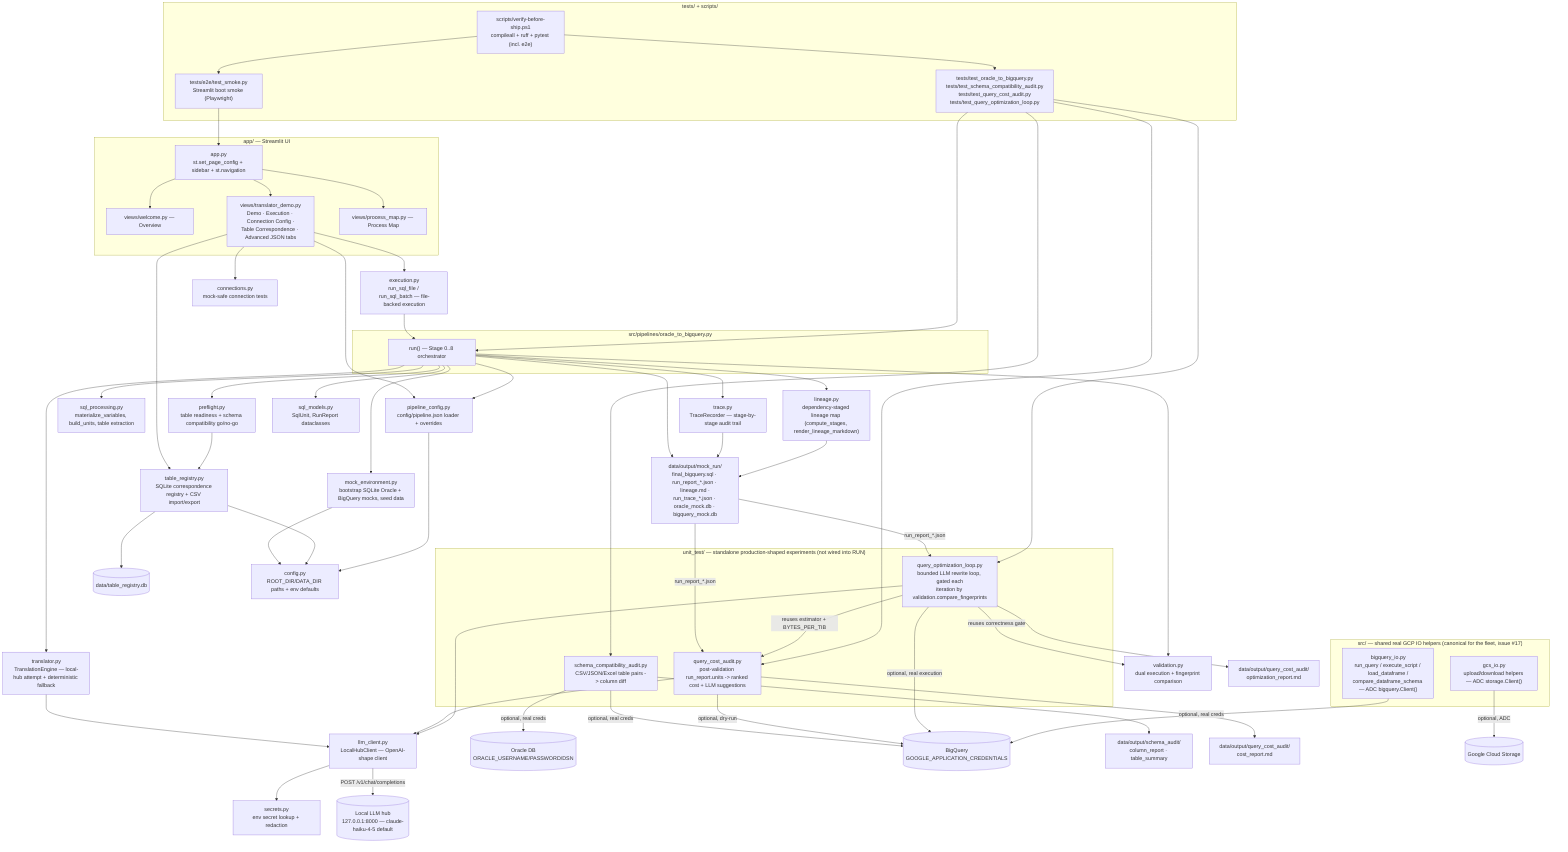
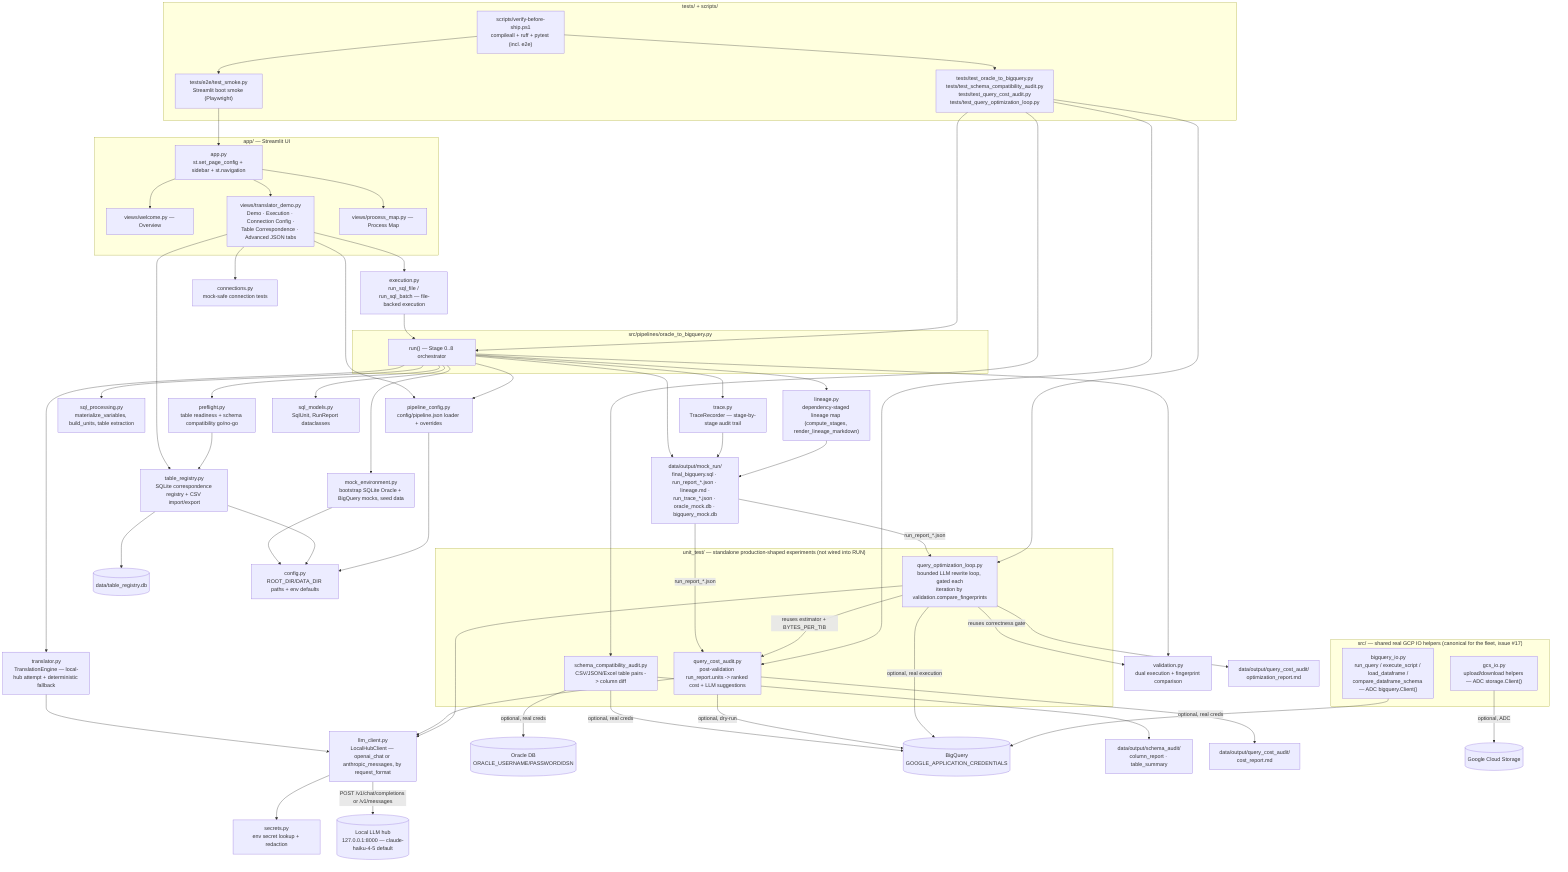
%% docs/architecture.mmd — oracle-to-gcp's own internal structure.
%% Hand-authored, not generated — this is the per-repo companion diagram to the
%% fleet-wide convention established in ferraroroberto/fleet-config#256. There is
%% no structured source to crawl for a repo's own internal shape, so it is
%% authored once and kept correct by discipline. Update this diagram in the
%% same PR as any material structural change (a new pipeline stage, a moved
%% module, a new external dependency) — same anti-staleness contract as this
%% repo's own `.fleet.toml` `description` field. See this repo's CLAUDE.md
%% "Internal architecture" section for the pointer.

flowchart TB
  subgraph ui["app/ — Streamlit UI"]
    APP["app.py\nst.set_page_config + sidebar + st.navigation"]
    WELCOME["views/welcome.py — Overview"]
    DEMO["views/translator_demo.py\nDemo · Execution · Connection Config ·\nTable Correspondence · Advanced JSON tabs"]
    PMAP["views/process_map.py — Process Map"]
  end
  APP --> WELCOME
  APP --> DEMO
  APP --> PMAP

  EXEC["execution.py\nrun_sql_file / run_sql_batch — file-backed execution"]
  CONN["connections.py\nmock-safe connection tests"]
  TABLEREG["table_registry.py\nSQLite correspondence registry + CSV import/export"]
  PIPECFG["pipeline_config.py\nconfig/pipeline.json loader + overrides"]
  DEMO --> EXEC
  DEMO --> CONN
  DEMO --> TABLEREG
  DEMO --> PIPECFG

  subgraph pipeline["src/pipelines/oracle_to_bigquery.py"]
    RUN["run() — Stage 0..8 orchestrator"]
  end
  EXEC --> RUN

  MOCKENV["mock_environment.py\nbootstrap SQLite Oracle + BigQuery mocks, seed data"]
  SQLPROC["sql_processing.py\nmaterialize_variables, build_units, table extraction"]
  PREFLIGHT["preflight.py\ntable readiness + schema compatibility go/no-go"]
  TRANSLATE["translator.py\nTranslationEngine — local-hub attempt + deterministic fallback"]
  VALIDATE["validation.py\ndual execution + fingerprint comparison"]
  TRACE["trace.py\nTraceRecorder — stage-by-stage audit trail"]
  MODELS["sql_models.py\nSqlUnit, RunReport dataclasses"]
  LINEAGE["lineage.py\ndependency-staged lineage map (compute_stages, render_lineage_markdown)"]

  RUN --> MOCKENV
  RUN --> SQLPROC
  RUN --> PREFLIGHT
  RUN --> TRANSLATE
  RUN --> VALIDATE
  RUN --> TRACE
  RUN --> MODELS
  RUN --> LINEAGE
  RUN --> PIPECFG

  PREFLIGHT --> TABLEREG
  TABLEREG --> REGDB[("data/table_registry.db")]

-   LLMCLIENT["llm_client.py\nLocalHubClient — OpenAI-shape client"]
+   LLMCLIENT["llm_client.py\nLocalHubClient — openai_chat or anthropic_messages, by request_format"]
  SECRETS["secrets.py\nenv secret lookup + redaction"]
  TRANSLATE --> LLMCLIENT
  LLMCLIENT --> SECRETS
-   LLMCLIENT -->|"POST /v1/chat/completions"| HUB[("Local LLM hub\n127.0.0.1:8000 — claude-haiku-4-5 default")]
+   LLMCLIENT -->|"POST /v1/chat/completions or /v1/messages"| HUB[("Local LLM hub\n127.0.0.1:8000 — claude-haiku-4-5 default")]

  CONFIGPY["config.py\nROOT_DIR/DATA_DIR paths + env defaults"]
  MOCKENV --> CONFIGPY
  TABLEREG --> CONFIGPY
  PIPECFG --> CONFIGPY

  ARTIFACTS["data/output/mock_run/\nfinal_bigquery.sql · run_report_*.json · lineage.md ·\nrun_trace_*.json · oracle_mock.db · bigquery_mock.db"]
  RUN --> ARTIFACTS
  TRACE --> ARTIFACTS
  LINEAGE --> ARTIFACTS

  subgraph standalone["unit_test/ — standalone production-shaped experiments (not wired into RUN)"]
    AUDIT["schema_compatibility_audit.py\nCSV/JSON/Excel table pairs -> column diff"]
    COSTAUDIT["query_cost_audit.py\npost-validation run_report.units -> ranked cost + LLM suggestions"]
    OPTLOOP["query_optimization_loop.py\nbounded LLM rewrite loop, gated each\niteration by validation.compare_fingerprints"]
  end
  AUDIT -->|optional, real creds| ORACLEDB[("Oracle DB\nORACLE_USERNAME/PASSWORD/DSN")]
  AUDIT -->|optional, real creds| BQPROD[("BigQuery\nGOOGLE_APPLICATION_CREDENTIALS")]
  AUDIT --> AUDITOUT["data/output/schema_audit/\ncolumn_report · table_summary"]
  ARTIFACTS -->|run_report_*.json| COSTAUDIT
  COSTAUDIT -->|optional, dry-run| BQPROD
  COSTAUDIT --> LLMCLIENT
  COSTAUDIT --> COSTOUT["data/output/query_cost_audit/\ncost_report.md"]
  ARTIFACTS -->|run_report_*.json| OPTLOOP
  OPTLOOP -->|reuses estimator + BYTES_PER_TIB| COSTAUDIT
  OPTLOOP -->|reuses correctness gate| VALIDATE
  OPTLOOP -->|optional, real execution| BQPROD
  OPTLOOP --> LLMCLIENT
  OPTLOOP --> OPTOUT["data/output/query_cost_audit/\noptimization_report.md"]

  subgraph shared["src/ — shared real GCP IO helpers (canonical for the fleet, issue #17)"]
    GCSIO["gcs_io.py\nupload/download helpers — ADC storage.Client()"]
    BQIO["bigquery_io.py\nrun_query / execute_script / load_dataframe /\ncompare_dataframe_schema — ADC bigquery.Client()"]
  end
  GCSIO -->|optional, ADC| GCS[("Google Cloud Storage")]
  BQIO -->|optional, real creds| BQPROD

  subgraph testing["tests/ + scripts/"]
    GATE["scripts/verify-before-ship.ps1\ncompileall + ruff + pytest (incl. e2e)"]
    UNIT["tests/test_oracle_to_bigquery.py\ntests/test_schema_compatibility_audit.py\ntests/test_query_cost_audit.py\ntests/test_query_optimization_loop.py"]
    E2E["tests/e2e/test_smoke.py\nStreamlit boot smoke (Playwright)"]
  end
  GATE --> UNIT
  GATE --> E2E
  UNIT --> RUN
  UNIT --> AUDIT
  UNIT --> COSTAUDIT
  UNIT --> OPTLOOP
  E2E --> APP
